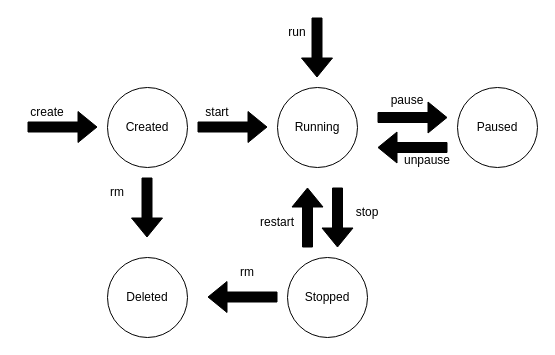
jayanthkmr/architecture-diagrams keeps this draw.io diagram as ContainerLifecycle.drawio. Above is the earlier version. Source tidied: cells renumbered, new cells numbered last; positions are measured from the earlier drawing's top-left corner, leaving out a move shared by most shapes. Both pictures are drawn from the tidied source at 100%, with x=0, y=0 at pixel (17, 17).
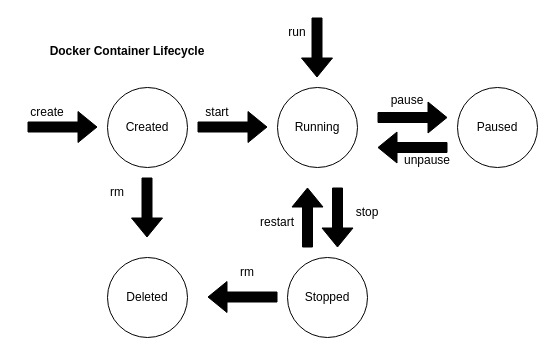
Above is the later version.

Diff of the diagram source:
```diff
@@
+    <mxCell id="26" value="&lt;h1&gt;&lt;font style=&quot;font-size: 12px;&quot;&gt;Docker Container Lifecycle&lt;/font&gt;&lt;/h1&gt;" style="text;html=1;align=center;verticalAlign=middle;whiteSpace=wrap;rounded=0;" parent="1" vertex="1">
+      <mxGeometry x="30" y="10" width="160" height="40" as="geometry" />
+    </mxCell>
```
